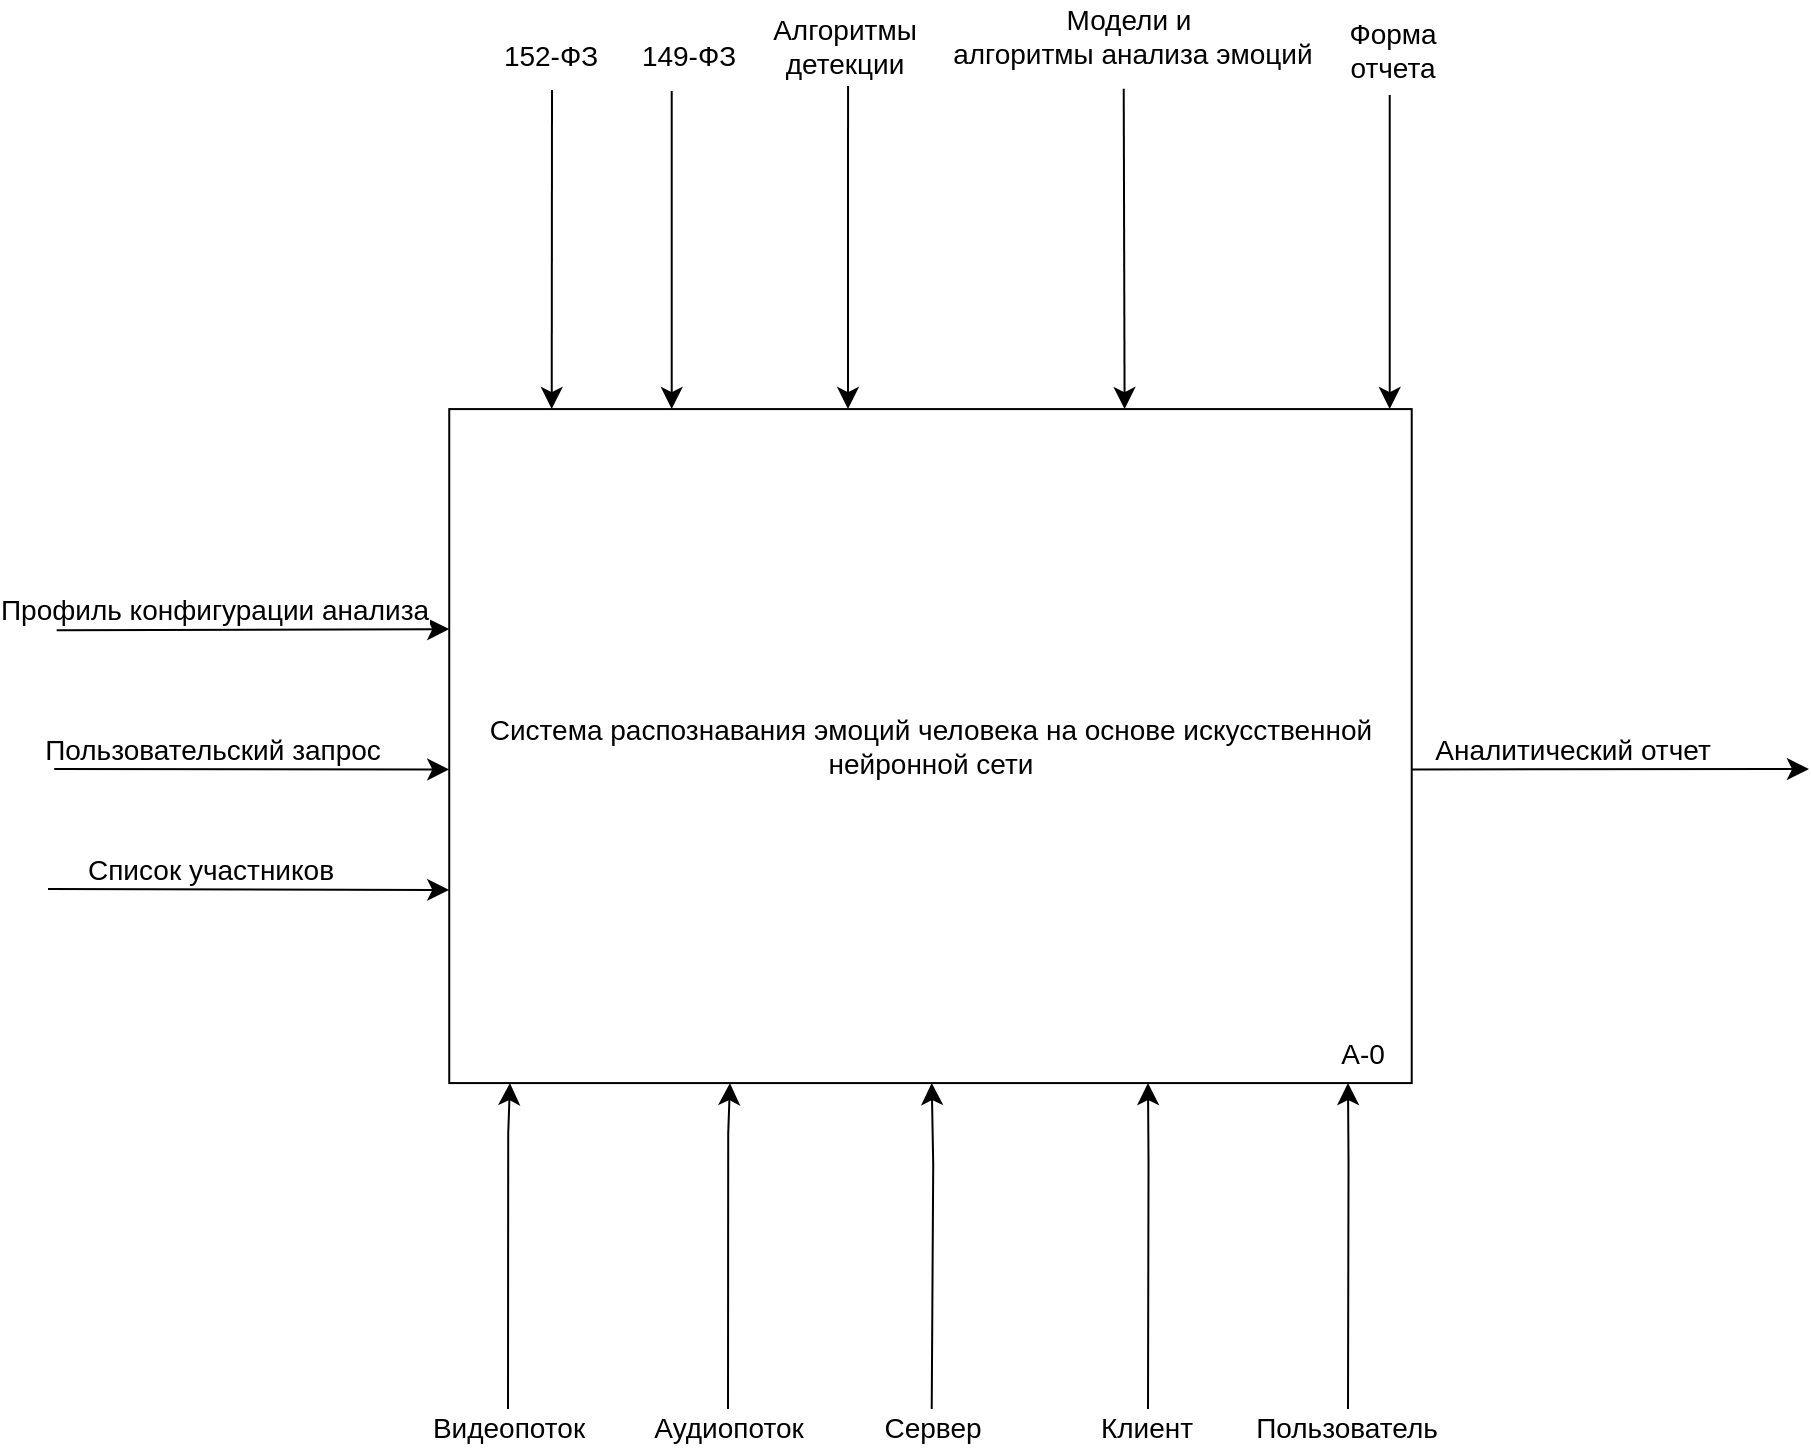
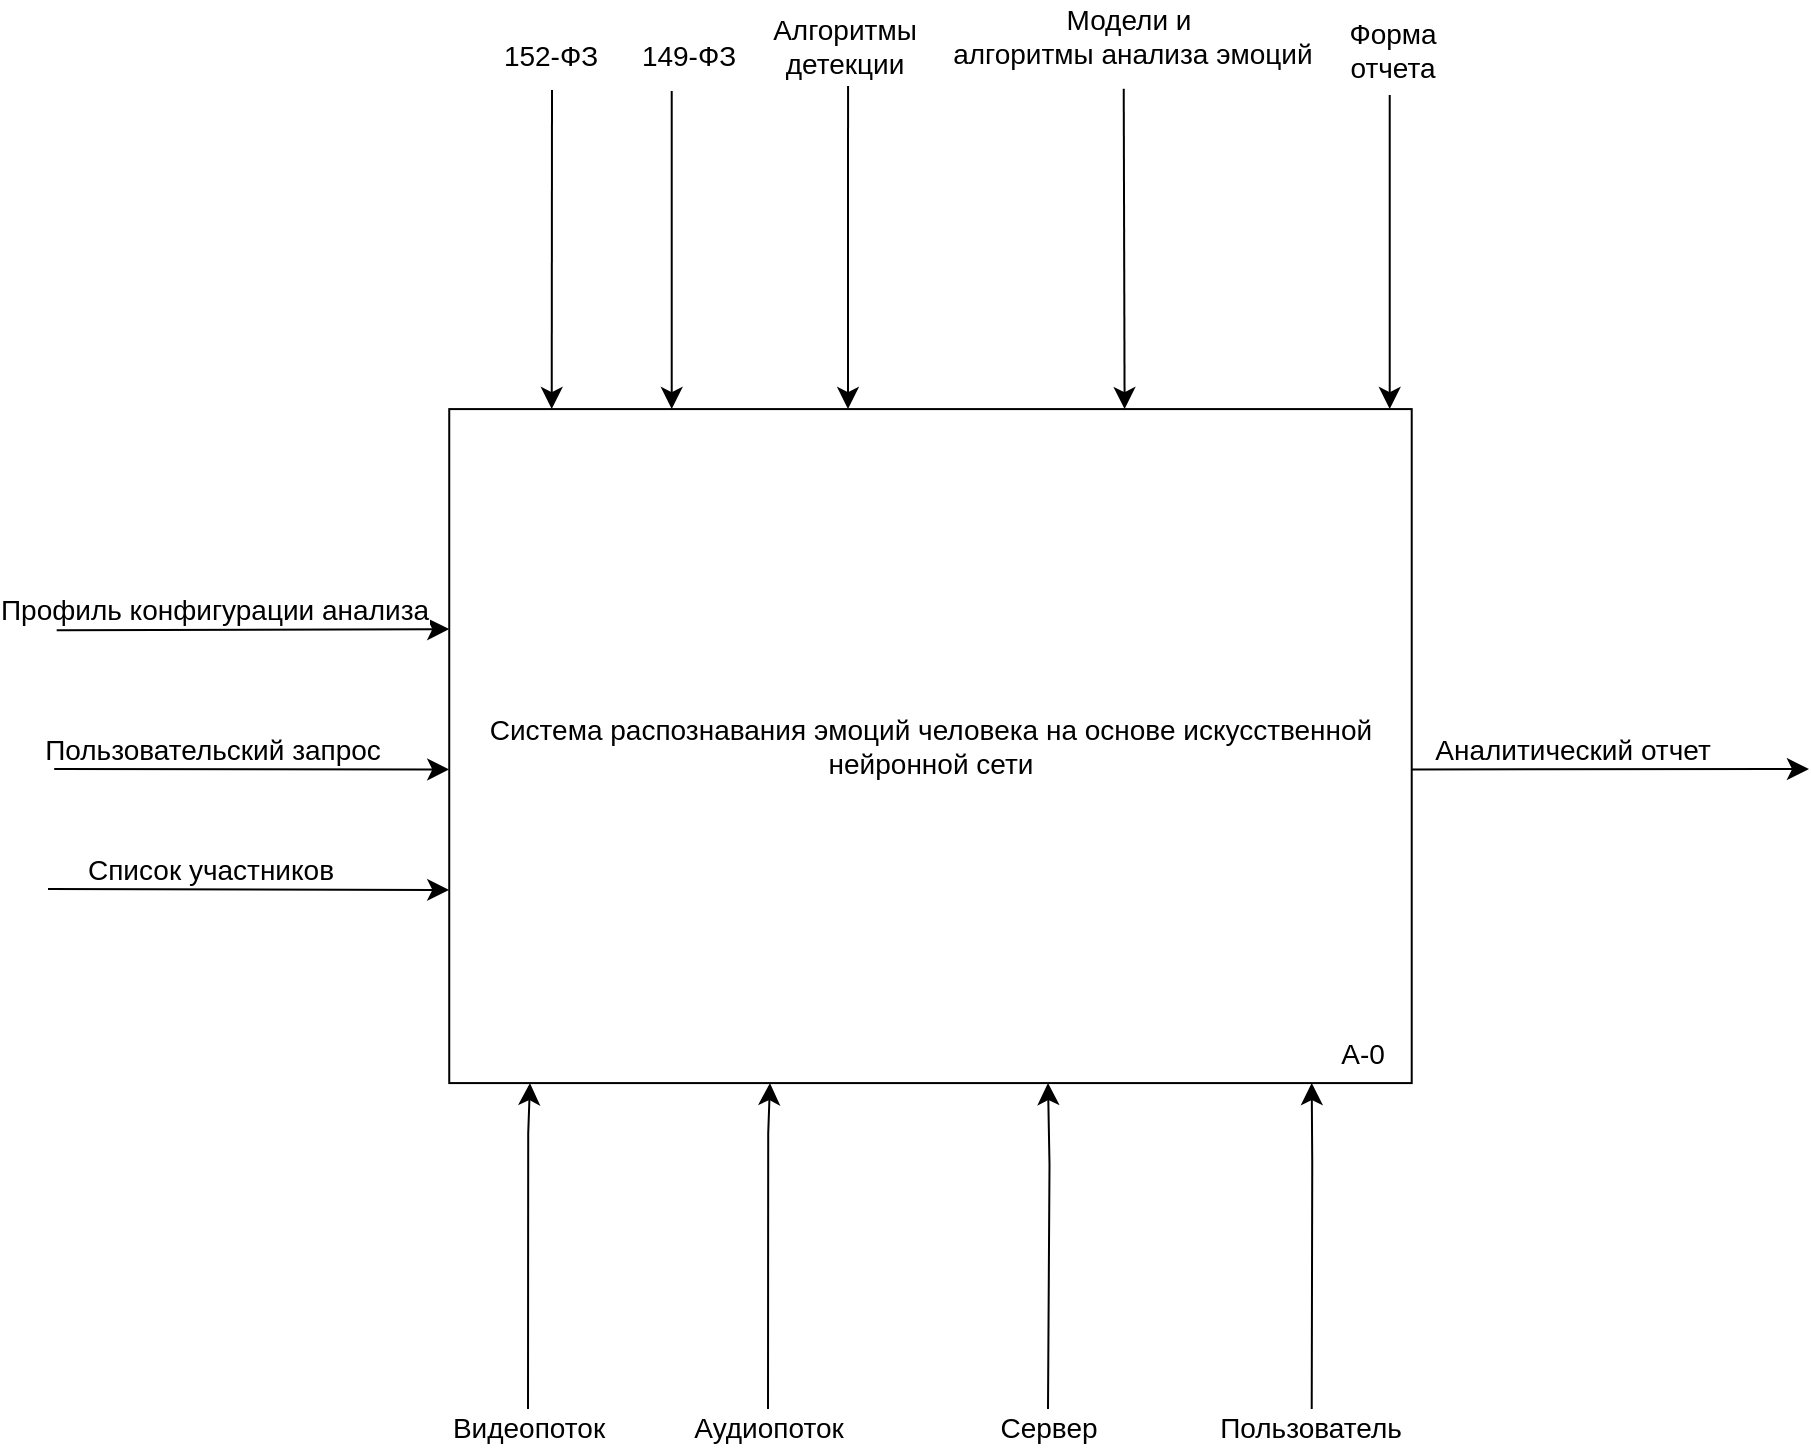
<mxfile host="Electron" agent="Mozilla/5.0 (Windows NT 10.0; Win64; x64) AppleWebKit/537.36 (KHTML, like Gecko) draw.io/26.1.1 Chrome/132.0.6834.210 Electron/34.3.3 Safari/537.36" version="26.1.1">
  <diagram name="Страница — 1" id="sfJU7rO1eh5xjK_bOhpz">
-     <mxGraphModel dx="924" dy="2537" grid="1" gridSize="10" guides="1" tooltips="1" connect="1" arrows="1" fold="1" page="1" pageScale="1" pageWidth="1169" pageHeight="827" background="none" math="0" shadow="0">
+     <mxGraphModel dx="1886" dy="2546" grid="1" gridSize="10" guides="1" tooltips="1" connect="1" arrows="1" fold="1" page="1" pageScale="1" pageWidth="1169" pageHeight="827" background="none" math="0" shadow="0">
      <root>
        <mxCell id="0" />
        <mxCell id="1" parent="0" />
        <mxCell id="Yid5siqUeThbqoJiRsRe-22" value="&lt;span style=&quot;line-height: 107%;&quot;&gt;Система распознавания эмоций человека на основе искусственной нейронной сети &lt;/span&gt;" style="rounded=0;whiteSpace=wrap;html=1;fontSize=14;" parent="1" vertex="1">
          <mxGeometry x="270.62" y="-868.46" width="481.24" height="337" as="geometry" />
        </mxCell>
        <mxCell id="Yid5siqUeThbqoJiRsRe-24" value="" style="edgeStyle=none;curved=1;rounded=0;orthogonalLoop=1;jettySize=auto;html=1;entryX=-0.004;entryY=0.361;entryDx=0;entryDy=0;fontSize=14;startSize=8;endSize=8;entryPerimeter=0;" parent="1" edge="1">
          <mxGeometry relative="1" as="geometry">
            <mxPoint x="74.34000000000003" y="-757.8800000000001" as="sourcePoint" />
            <mxPoint x="270.62000000000046" y="-758.46" as="targetPoint" />
          </mxGeometry>
        </mxCell>
        <mxCell id="Yid5siqUeThbqoJiRsRe-25" value="&lt;div&gt;Профиль конфигурации анализа&lt;/div&gt;" style="edgeLabel;html=1;align=center;verticalAlign=middle;resizable=0;points=[];fontSize=14;" parent="Yid5siqUeThbqoJiRsRe-24" connectable="0" vertex="1">
          <mxGeometry x="-0.1977" relative="1" as="geometry">
            <mxPoint y="-10" as="offset" />
          </mxGeometry>
        </mxCell>
        <mxCell id="Yid5siqUeThbqoJiRsRe-26" value="" style="edgeStyle=none;curved=1;rounded=0;orthogonalLoop=1;jettySize=auto;html=1;entryX=0.006;entryY=0.639;entryDx=0;entryDy=0;fontSize=14;startSize=8;endSize=8;entryPerimeter=0;" parent="1" edge="1">
          <mxGeometry relative="1" as="geometry">
            <mxPoint x="70" y="-628.46" as="sourcePoint" />
            <mxPoint x="270.6199999999999" y="-628.0400000000001" as="targetPoint" />
          </mxGeometry>
        </mxCell>
        <mxCell id="Yid5siqUeThbqoJiRsRe-27" value="&lt;div&gt;Список участников&lt;/div&gt;" style="edgeLabel;html=1;align=center;verticalAlign=middle;resizable=0;points=[];fontSize=14;" parent="Yid5siqUeThbqoJiRsRe-26" connectable="0" vertex="1">
          <mxGeometry x="-0.1977" relative="1" as="geometry">
            <mxPoint y="-10" as="offset" />
          </mxGeometry>
        </mxCell>
        <mxCell id="Yid5siqUeThbqoJiRsRe-28" value="" style="endArrow=classic;html=1;rounded=0;fontSize=14;startSize=8;endSize=8;curved=1;entryX=0.824;entryY=0.001;entryDx=0;entryDy=0;entryPerimeter=0;" parent="1" edge="1">
          <mxGeometry width="50" height="50" relative="1" as="geometry">
            <mxPoint x="607.86" y="-1028.68" as="sourcePoint" />
            <mxPoint x="608.3000000000008" y="-868.46" as="targetPoint" />
          </mxGeometry>
        </mxCell>
        <mxCell id="Yid5siqUeThbqoJiRsRe-29" value="Модели и&lt;div&gt;&amp;nbsp;алгоритмы анализа эмоций &lt;/div&gt;" style="edgeLabel;html=1;align=center;verticalAlign=middle;resizable=0;points=[];fontSize=14;rotation=0;" parent="Yid5siqUeThbqoJiRsRe-28" connectable="0" vertex="1">
          <mxGeometry x="-0.0971" y="-1" relative="1" as="geometry">
            <mxPoint x="3" y="-99" as="offset" />
          </mxGeometry>
        </mxCell>
        <mxCell id="Yid5siqUeThbqoJiRsRe-32" value="" style="edgeStyle=none;curved=1;rounded=0;orthogonalLoop=1;jettySize=auto;html=1;entryX=0;entryY=0.5;entryDx=0;entryDy=0;fontSize=14;startSize=8;endSize=8;" parent="1" edge="1">
          <mxGeometry relative="1" as="geometry">
            <mxPoint x="73.10000000000002" y="-688.46" as="sourcePoint" />
            <mxPoint x="270.62000000000023" y="-688.26" as="targetPoint" />
          </mxGeometry>
        </mxCell>
        <mxCell id="Yid5siqUeThbqoJiRsRe-33" value="&lt;span&gt;Пользовательский запрос&lt;/span&gt;" style="edgeLabel;html=1;align=center;verticalAlign=middle;resizable=0;points=[];fontSize=14;" parent="Yid5siqUeThbqoJiRsRe-32" connectable="0" vertex="1">
          <mxGeometry x="-0.1977" relative="1" as="geometry">
            <mxPoint y="-10" as="offset" />
          </mxGeometry>
        </mxCell>
        <mxCell id="Yid5siqUeThbqoJiRsRe-34" value="" style="endArrow=classic;html=1;rounded=0;fontSize=14;startSize=8;endSize=8;curved=0;entryX=0.66;entryY=0.988;entryDx=0;entryDy=0;entryPerimeter=0;" parent="1" edge="1">
          <mxGeometry width="50" height="50" relative="1" as="geometry">
            <Array as="points">
-               <mxPoint x="512.61" y="-490.80000000000007" />
+               <mxPoint x="570.75" y="-490.80000000000007" />
            </Array>
-             <mxPoint x="511.86" y="-368.46000000000004" as="sourcePoint" />
-             <mxPoint x="511.8600000000006" y="-531.4600000000002" as="targetPoint" />
+             <mxPoint x="570" y="-368.46000000000004" as="sourcePoint" />
+             <mxPoint x="570.0000000000006" y="-531.4600000000002" as="targetPoint" />
          </mxGeometry>
        </mxCell>
        <mxCell id="Yid5siqUeThbqoJiRsRe-35" value="Сервер" style="edgeLabel;html=1;align=center;verticalAlign=middle;resizable=0;points=[];fontSize=14;rotation=0;" parent="Yid5siqUeThbqoJiRsRe-34" connectable="0" vertex="1">
          <mxGeometry x="-0.0971" y="-1" relative="1" as="geometry">
            <mxPoint x="-2" y="83" as="offset" />
          </mxGeometry>
        </mxCell>
        <mxCell id="Yid5siqUeThbqoJiRsRe-36" value="" style="edgeStyle=none;curved=1;rounded=0;orthogonalLoop=1;jettySize=auto;html=1;fontSize=14;startSize=8;endSize=8;exitX=0.998;exitY=0.319;exitDx=0;exitDy=0;exitPerimeter=0;" parent="1" edge="1">
          <mxGeometry relative="1" as="geometry">
            <mxPoint x="751.8600000000002" y="-688.28" as="sourcePoint" />
            <mxPoint x="950.48" y="-688.46" as="targetPoint" />
          </mxGeometry>
        </mxCell>
        <mxCell id="Yid5siqUeThbqoJiRsRe-37" value="Аналитический отчет" style="edgeLabel;html=1;align=center;verticalAlign=middle;resizable=0;points=[];fontSize=14;" parent="Yid5siqUeThbqoJiRsRe-36" connectable="0" vertex="1">
          <mxGeometry x="-0.1977" relative="1" as="geometry">
            <mxPoint y="-10" as="offset" />
          </mxGeometry>
        </mxCell>
        <mxCell id="Yid5siqUeThbqoJiRsRe-41" value="" style="endArrow=classic;html=1;rounded=0;fontSize=14;startSize=8;endSize=8;curved=1;entryX=0.658;entryY=0.007;entryDx=0;entryDy=0;entryPerimeter=0;" parent="1" edge="1">
          <mxGeometry width="50" height="50" relative="1" as="geometry">
            <Array as="points" />
            <mxPoint x="470.02" y="-1030" as="sourcePoint" />
            <mxPoint x="470.0000000000007" y="-868.46" as="targetPoint" />
          </mxGeometry>
        </mxCell>
        <mxCell id="Yid5siqUeThbqoJiRsRe-42" value="&lt;div&gt;Алгоритмы&lt;/div&gt;&lt;div&gt;&lt;span style=&quot;background-color: light-dark(#ffffff, var(--ge-dark-color, #121212)); color: light-dark(rgb(0, 0, 0), rgb(255, 255, 255));&quot;&gt;детекции&lt;/span&gt;&lt;/div&gt;" style="edgeLabel;html=1;align=center;verticalAlign=middle;resizable=0;points=[];fontSize=14;rotation=0;" parent="Yid5siqUeThbqoJiRsRe-41" connectable="0" vertex="1">
          <mxGeometry x="-0.0971" y="-1" relative="1" as="geometry">
            <mxPoint x="-1" y="-93" as="offset" />
          </mxGeometry>
        </mxCell>
        <mxCell id="Yid5siqUeThbqoJiRsRe-44" value="" style="endArrow=classic;html=1;rounded=0;fontSize=14;startSize=8;endSize=8;curved=1;entryX=0.25;entryY=0;entryDx=0;entryDy=0;" parent="1" edge="1">
          <mxGeometry width="50" height="50" relative="1" as="geometry">
            <mxPoint x="322" y="-1028" as="sourcePoint" />
            <mxPoint x="321.86000000000024" y="-868.46" as="targetPoint" />
          </mxGeometry>
        </mxCell>
        <mxCell id="Yid5siqUeThbqoJiRsRe-45" value="152-ФЗ" style="edgeLabel;html=1;align=center;verticalAlign=middle;resizable=0;points=[];fontSize=14;rotation=0;" parent="Yid5siqUeThbqoJiRsRe-44" connectable="0" vertex="1">
          <mxGeometry x="-0.0971" y="-1" relative="1" as="geometry">
            <mxPoint y="-89" as="offset" />
          </mxGeometry>
        </mxCell>
        <mxCell id="UkRVol7JUc5uUr0wyebE-1" value="" style="endArrow=classic;html=1;rounded=0;fontSize=14;startSize=8;endSize=8;curved=0;entryX=0.397;entryY=-0.005;entryDx=0;entryDy=0;entryPerimeter=0;" parent="1" edge="1">
          <mxGeometry width="50" height="50" relative="1" as="geometry">
            <mxPoint x="381.86" y="-1027.46" as="sourcePoint" />
            <mxPoint x="381.86000000000047" y="-868.46" as="targetPoint" />
          </mxGeometry>
        </mxCell>
        <mxCell id="UkRVol7JUc5uUr0wyebE-2" value="149-ФЗ" style="edgeLabel;html=1;align=center;verticalAlign=middle;resizable=0;points=[];fontSize=14;rotation=0;" parent="UkRVol7JUc5uUr0wyebE-1" connectable="0" vertex="1">
          <mxGeometry x="-0.0971" y="-1" relative="1" as="geometry">
            <mxPoint x="9" y="-90" as="offset" />
          </mxGeometry>
        </mxCell>
        <mxCell id="UkRVol7JUc5uUr0wyebE-3" value="" style="endArrow=classic;html=1;rounded=0;fontSize=14;startSize=8;endSize=8;curved=0;" parent="1" edge="1">
          <mxGeometry width="50" height="50" relative="1" as="geometry">
            <Array as="points">
-               <mxPoint x="300.11" y="-506.44000000000005" />
+               <mxPoint x="310.11" y="-506.44000000000005" />
            </Array>
-             <mxPoint x="300" y="-368.46000000000004" as="sourcePoint" />
-             <mxPoint x="301" y="-531.46" as="targetPoint" />
+             <mxPoint x="310" y="-368.46000000000004" as="sourcePoint" />
+             <mxPoint x="311" y="-531.46" as="targetPoint" />
          </mxGeometry>
        </mxCell>
        <mxCell id="UkRVol7JUc5uUr0wyebE-4" value="Видеопоток" style="edgeLabel;html=1;align=center;verticalAlign=middle;resizable=0;points=[];fontSize=14;rotation=0;" parent="UkRVol7JUc5uUr0wyebE-3" connectable="0" vertex="1">
          <mxGeometry x="-0.0971" y="-1" relative="1" as="geometry">
            <mxPoint x="-1" y="83" as="offset" />
-           </mxGeometry>
-         </mxCell>
-         <mxCell id="7suAvj7ZXvHprjDaOKCh-1" value="" style="endArrow=classic;html=1;rounded=0;fontSize=14;startSize=8;endSize=8;curved=0;entryX=0.839;entryY=0.991;entryDx=0;entryDy=0;entryPerimeter=0;" parent="1" edge="1">
-           <mxGeometry width="50" height="50" relative="1" as="geometry">
-             <Array as="points">
-               <mxPoint x="620.26" y="-491.46000000000004" />
-             </Array>
-             <mxPoint x="620" y="-368.46000000000004" as="sourcePoint" />
-             <mxPoint x="620.0000000000005" y="-531.4599999999999" as="targetPoint" />
-           </mxGeometry>
-         </mxCell>
-         <mxCell id="7suAvj7ZXvHprjDaOKCh-2" value="Клиент" style="edgeLabel;html=1;align=center;verticalAlign=middle;resizable=0;points=[];fontSize=14;rotation=0;" parent="7suAvj7ZXvHprjDaOKCh-1" connectable="0" vertex="1">
-           <mxGeometry x="-0.0971" y="-1" relative="1" as="geometry">
-             <mxPoint x="-2" y="83" as="offset" />
          </mxGeometry>
        </mxCell>
        <mxCell id="NWtVlgaQyjRhDldk0LJq-1" value="A-0" style="text;html=1;align=center;verticalAlign=middle;resizable=0;points=[];autosize=1;strokeColor=none;fillColor=none;fontSize=14;" parent="1" vertex="1">
          <mxGeometry x="701.86" y="-561.46" width="50" height="30" as="geometry" />
        </mxCell>
        <mxCell id="ffa2z4a6yOsprVmVWj76-1" value="" style="endArrow=classic;html=1;rounded=0;fontSize=14;startSize=8;endSize=8;curved=1;entryX=0.832;entryY=0.007;entryDx=0;entryDy=0;entryPerimeter=0;" parent="1" edge="1">
          <mxGeometry width="50" height="50" relative="1" as="geometry">
            <Array as="points" />
            <mxPoint x="740.86" y="-1025.46" as="sourcePoint" />
            <mxPoint x="740.86" y="-868.46" as="targetPoint" />
          </mxGeometry>
        </mxCell>
        <mxCell id="ffa2z4a6yOsprVmVWj76-2" value="&lt;div&gt;Форма&lt;/div&gt;&lt;div&gt;&lt;span style=&quot;background-color: light-dark(#ffffff, var(--ge-dark-color, #121212)); color: light-dark(rgb(0, 0, 0), rgb(255, 255, 255));&quot;&gt;отчета&lt;/span&gt;&lt;/div&gt;" style="edgeLabel;html=1;align=center;verticalAlign=middle;resizable=0;points=[];fontSize=14;rotation=0;" parent="ffa2z4a6yOsprVmVWj76-1" connectable="0" vertex="1">
          <mxGeometry x="-0.0971" y="-1" relative="1" as="geometry">
            <mxPoint x="2" y="-94" as="offset" />
          </mxGeometry>
        </mxCell>
        <mxCell id="Yf0Mh0zqRUOY2MEJyVM7-5" value="" style="endArrow=classic;html=1;rounded=0;fontSize=14;startSize=8;endSize=8;curved=0;entryX=0.839;entryY=0.991;entryDx=0;entryDy=0;entryPerimeter=0;" parent="1" edge="1">
          <mxGeometry width="50" height="50" relative="1" as="geometry">
            <Array as="points">
-               <mxPoint x="720.26" y="-491.4600000000001" />
+               <mxPoint x="702.12" y="-491.4600000000001" />
            </Array>
-             <mxPoint x="720" y="-368.4600000000001" as="sourcePoint" />
-             <mxPoint x="720.0000000000005" y="-531.46" as="targetPoint" />
+             <mxPoint x="701.86" y="-368.4600000000001" as="sourcePoint" />
+             <mxPoint x="701.8600000000005" y="-531.46" as="targetPoint" />
          </mxGeometry>
        </mxCell>
        <mxCell id="Yf0Mh0zqRUOY2MEJyVM7-6" value="Пользователь" style="edgeLabel;html=1;align=center;verticalAlign=middle;resizable=0;points=[];fontSize=14;rotation=0;" parent="Yf0Mh0zqRUOY2MEJyVM7-5" connectable="0" vertex="1">
          <mxGeometry x="-0.0971" y="-1" relative="1" as="geometry">
            <mxPoint x="-2" y="83" as="offset" />
          </mxGeometry>
        </mxCell>
-         <mxCell id="2dRX9_-FA0EC9vc3rKzO-1" value="" style="endArrow=classic;html=1;rounded=0;fontSize=14;startSize=8;endSize=8;curved=0;" edge="1" parent="1">
+         <mxCell id="2dRX9_-FA0EC9vc3rKzO-1" value="" style="endArrow=classic;html=1;rounded=0;fontSize=14;startSize=8;endSize=8;curved=0;" parent="1" edge="1">
          <mxGeometry width="50" height="50" relative="1" as="geometry">
            <Array as="points">
-               <mxPoint x="410.11" y="-506.44000000000005" />
+               <mxPoint x="430.11" y="-506.44000000000005" />
            </Array>
-             <mxPoint x="410" y="-368.46000000000004" as="sourcePoint" />
-             <mxPoint x="411" y="-531.46" as="targetPoint" />
+             <mxPoint x="430" y="-368.46000000000004" as="sourcePoint" />
+             <mxPoint x="431" y="-531.46" as="targetPoint" />
          </mxGeometry>
        </mxCell>
-         <mxCell id="2dRX9_-FA0EC9vc3rKzO-2" value="Аудиопоток" style="edgeLabel;html=1;align=center;verticalAlign=middle;resizable=0;points=[];fontSize=14;rotation=0;" connectable="0" vertex="1" parent="2dRX9_-FA0EC9vc3rKzO-1">
+         <mxCell id="2dRX9_-FA0EC9vc3rKzO-2" value="Аудиопоток" style="edgeLabel;html=1;align=center;verticalAlign=middle;resizable=0;points=[];fontSize=14;rotation=0;" parent="2dRX9_-FA0EC9vc3rKzO-1" connectable="0" vertex="1">
          <mxGeometry x="-0.0971" y="-1" relative="1" as="geometry">
            <mxPoint x="-1" y="83" as="offset" />
          </mxGeometry>
        </mxCell>
      </root>
    </mxGraphModel>
  </diagram>
</mxfile>
